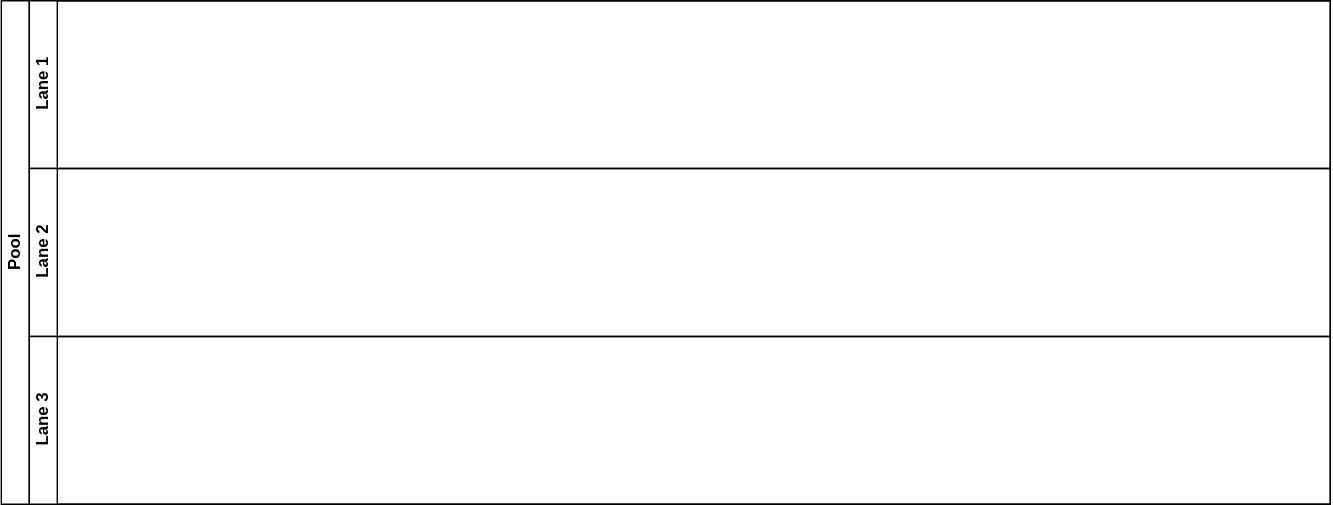
This is systems_analysis/eva2/crear-env-vars-gitbash-windows.drawio.svg from cdvelop/aiep, a draw.io export, as it was before one commit. Source tidied: cells renumbered, new cells last; positions are measured from the earlier drawing's top-left corner, leaving out a move shared by most shapes.
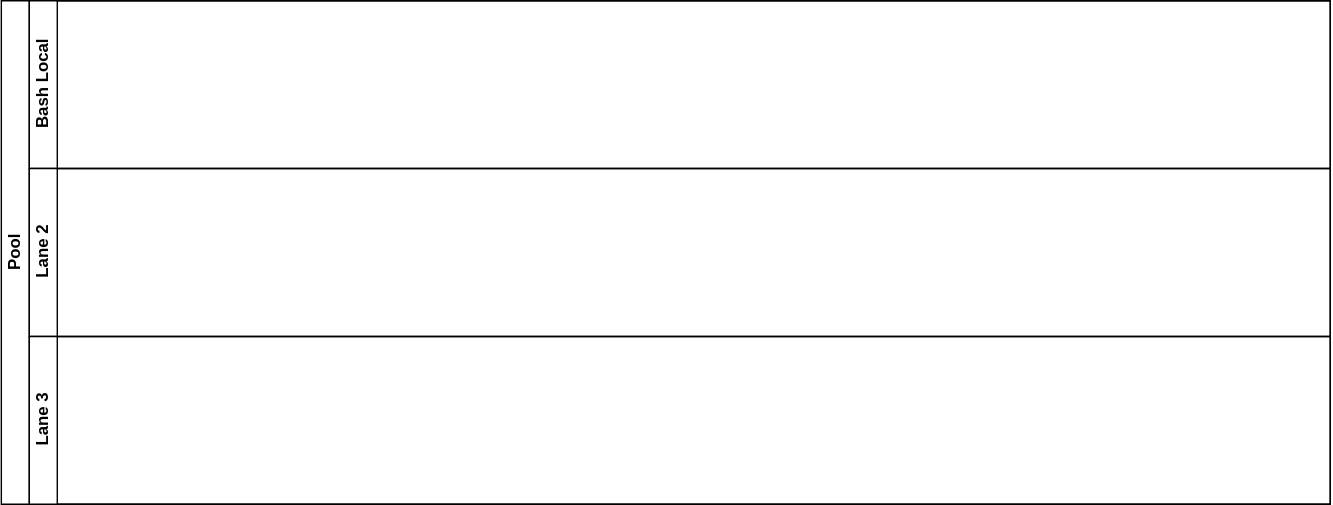
Above is the later version.

Diff of the diagram source:
```diff
@@ -5,7 +5,7 @@
     <mxCell id="2" value="Pool" style="swimlane;html=1;horizontal=0;startSize=20;whiteSpace=wrap;" parent="1" vertex="1">
       <mxGeometry width="950" height="360" as="geometry" />
     </mxCell>
-    <mxCell id="3" value="Lane 1" style="swimlane;html=1;startSize=20;horizontal=0;" parent="2" vertex="1">
+    <mxCell id="3" value="&lt;div&gt;Bash Local&lt;/div&gt;" style="swimlane;html=1;startSize=20;horizontal=0;" parent="2" vertex="1">
       <mxGeometry x="20" width="930" height="120" as="geometry" />
     </mxCell>
     <mxCell id="4" value="Lane 2" style="swimlane;html=1;startSize=20;horizontal=0;" parent="2" vertex="1">
```
